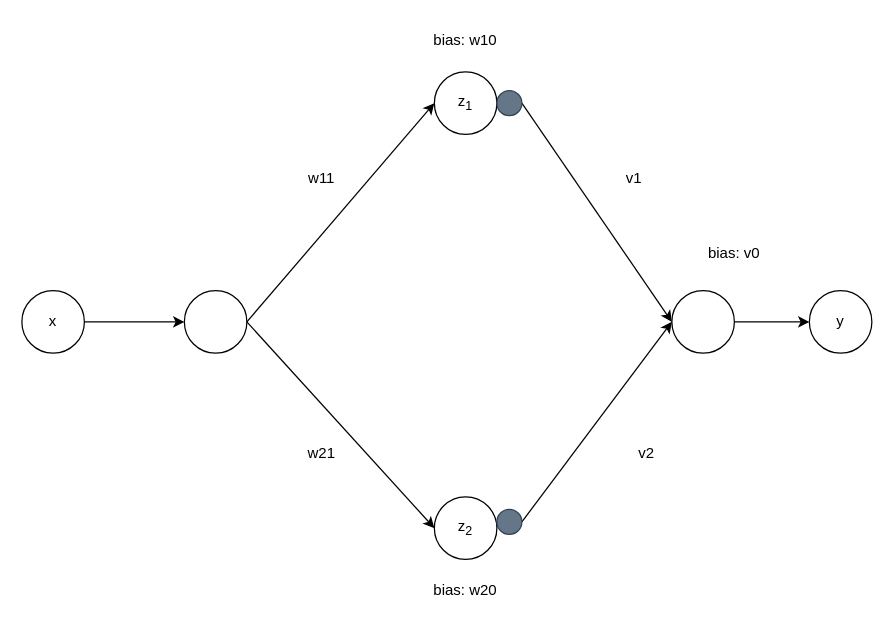
Above: mini-project-diagram-1.drawio in JonathanALevine/ELEC5404 (draw.io), before the change. Source tidied: cells renumbered, new cells numbered last; positions are measured from the earlier drawing's top-left corner, leaving out a move shared by most shapes. Both pictures are drawn from the tidied source at 125%, with x=0, y=0 at pixel (21, 21).
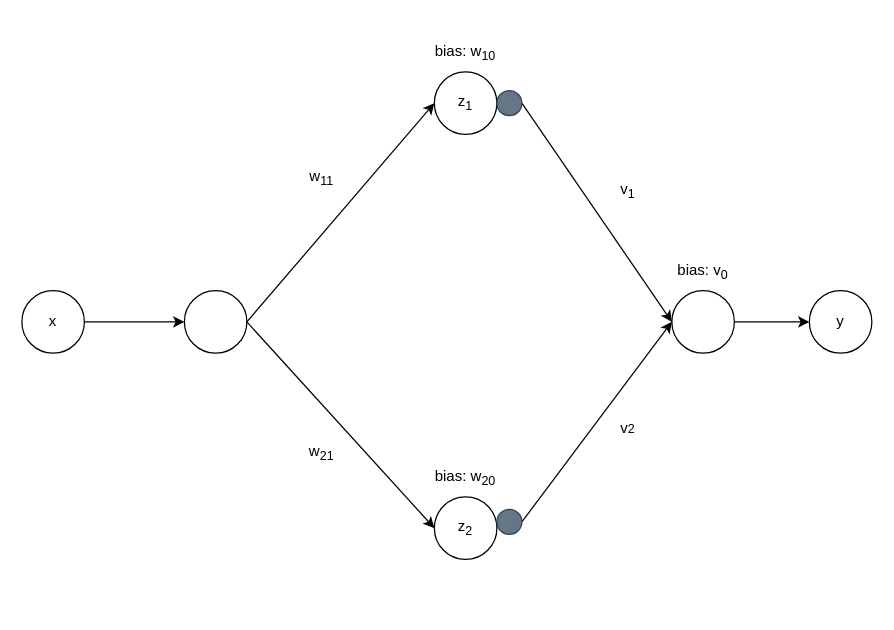
Above is the later version.

Change to the diagram source:
```diff
@@
-    <mxCell id="14" value="w11" style="text;html=1;strokeColor=none;fillColor=none;align=center;verticalAlign=middle;whiteSpace=wrap;rounded=0;" parent="1" vertex="1">
+    <mxCell id="14" value="w&lt;sub&gt;11&lt;/sub&gt;" style="text;html=1;strokeColor=none;fillColor=none;align=center;verticalAlign=middle;whiteSpace=wrap;rounded=0;" parent="1" vertex="1">
       <mxGeometry x="210" y="110" width="60" height="30" as="geometry" />
     </mxCell>
-    <mxCell id="15" value="w21" style="text;html=1;strokeColor=none;fillColor=none;align=center;verticalAlign=middle;whiteSpace=wrap;rounded=0;" parent="1" vertex="1">
+    <mxCell id="15" value="w&lt;sub&gt;21&lt;/sub&gt;" style="text;html=1;strokeColor=none;fillColor=none;align=center;verticalAlign=middle;whiteSpace=wrap;rounded=0;" parent="1" vertex="1">
       <mxGeometry x="210" y="330" width="60" height="30" as="geometry" />
     </mxCell>
@@
-    <mxCell id="18" value="v1" style="text;html=1;strokeColor=none;fillColor=none;align=center;verticalAlign=middle;whiteSpace=wrap;rounded=0;" parent="1" vertex="1">
-      <mxGeometry x="460" y="110" width="60" height="30" as="geometry" />
+    <mxCell id="18" value="v&lt;sub&gt;1&lt;/sub&gt;" style="text;html=1;strokeColor=none;fillColor=none;align=center;verticalAlign=middle;whiteSpace=wrap;rounded=0;" parent="1" vertex="1">
+      <mxGeometry x="455" y="120" width="60" height="30" as="geometry" />
     </mxCell>
-    <mxCell id="19" value="v2" style="text;html=1;strokeColor=none;fillColor=none;align=center;verticalAlign=middle;whiteSpace=wrap;rounded=0;" parent="1" vertex="1">
-      <mxGeometry x="470" y="330" width="60" height="30" as="geometry" />
+    <mxCell id="19" value="v&lt;span style=&quot;font-size: 10px;&quot;&gt;2&lt;/span&gt;" style="text;html=1;strokeColor=none;fillColor=none;align=center;verticalAlign=middle;whiteSpace=wrap;rounded=0;" parent="1" vertex="1">
+      <mxGeometry x="455" y="310" width="60" height="30" as="geometry" />
     </mxCell>
-    <mxCell id="20" value="bias: w10" style="text;html=1;strokeColor=none;fillColor=none;align=center;verticalAlign=middle;whiteSpace=wrap;rounded=0;" parent="1" vertex="1">
-      <mxGeometry x="325" width="60" height="30" as="geometry" />
+    <mxCell id="20" value="bias: w&lt;sub&gt;10&lt;/sub&gt;" style="text;html=1;strokeColor=none;fillColor=none;align=center;verticalAlign=middle;whiteSpace=wrap;rounded=0;" parent="1" vertex="1">
+      <mxGeometry x="325" y="10" width="60" height="30" as="geometry" />
     </mxCell>
-    <mxCell id="21" value="bias: w20" style="text;html=1;strokeColor=none;fillColor=none;align=center;verticalAlign=middle;whiteSpace=wrap;rounded=0;" parent="1" vertex="1">
-      <mxGeometry x="325" y="440" width="60" height="30" as="geometry" />
+    <mxCell id="21" value="bias: w&lt;sub&gt;20&lt;/sub&gt;" style="text;html=1;strokeColor=none;fillColor=none;align=center;verticalAlign=middle;whiteSpace=wrap;rounded=0;" parent="1" vertex="1">
+      <mxGeometry x="325" y="350" width="60" height="30" as="geometry" />
     </mxCell>
-    <mxCell id="22" value="bias: v0" style="text;html=1;strokeColor=none;fillColor=none;align=center;verticalAlign=middle;whiteSpace=wrap;rounded=0;" parent="1" vertex="1">
-      <mxGeometry x="540" y="170" width="60" height="30" as="geometry" />
+    <mxCell id="22" value="bias: v&lt;sub&gt;0&lt;/sub&gt;" style="text;html=1;strokeColor=none;fillColor=none;align=center;verticalAlign=middle;whiteSpace=wrap;rounded=0;" parent="1" vertex="1">
+      <mxGeometry x="515" y="185" width="60" height="30" as="geometry" />
     </mxCell>
```
